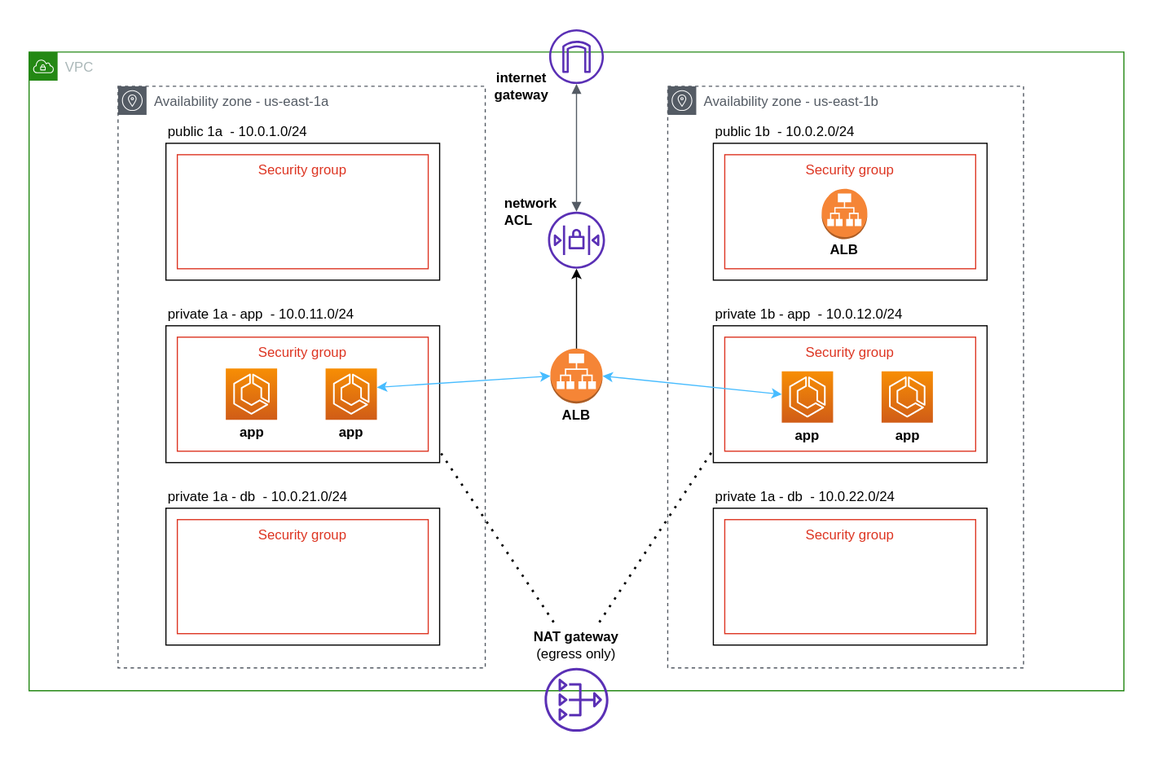
Earlier version of the draw.io export images/infrastructure/ecs-nextjs.svg (Jareechang/ecs-nextjs). Source tidied: cells renumbered, new cells last; positions are measured from the earlier drawing's top-left corner, leaving out a move shared by most shapes. Its diagram source:
```xml
<mxGraphModel background="#FFFFFF">
  <root>
    <mxCell id="0" />
    <mxCell id="1" parent="0" />
    <mxCell id="2" value="VPC" style="gradientColor=none;html=1;whiteSpace=wrap;fontSize=12;fontStyle=0;shape=mxgraph.aws4.group;grIcon=mxgraph.aws4.group_vpc;strokeColor=#248814;fillColor=none;verticalAlign=top;align=left;spacingLeft=30;fontColor=#AAB7B8;dashed=0;" parent="1" vertex="1">
      <mxGeometry y="20" width="960" height="560" as="geometry" />
    </mxCell>
    <mxCell id="3" value="Availability zone - us-east-1b" style="gradientColor=none;html=1;whiteSpace=wrap;fontSize=12;fontStyle=0;shape=mxgraph.aws4.group;grIcon=mxgraph.aws4.group_availability_zone;strokeColor=#545B64;fillColor=none;verticalAlign=top;align=left;spacingLeft=30;fontColor=#545B64;dashed=1;" parent="1" vertex="1">
      <mxGeometry x="560" y="50" width="312" height="510" as="geometry" />
    </mxCell>
    <mxCell id="4" value="Availability zone - us-east-1a" style="gradientColor=none;html=1;whiteSpace=wrap;fontSize=12;fontStyle=0;shape=mxgraph.aws4.group;grIcon=mxgraph.aws4.group_availability_zone;strokeColor=#545B64;fillColor=none;verticalAlign=top;align=left;spacingLeft=30;fontColor=#545B64;dashed=1;" parent="1" vertex="1">
      <mxGeometry x="78" y="50" width="322" height="510" as="geometry" />
    </mxCell>
    <mxCell id="5" style="rounded=0;whiteSpace=wrap;html=1;fillColor=none;" parent="1" vertex="1">
      <mxGeometry x="120" y="100" width="240" height="120" as="geometry" />
    </mxCell>
    <mxCell id="6" value="Security group" style="fillColor=none;strokeColor=#DD3522;verticalAlign=top;fontStyle=0;fontColor=#DD3522;" parent="1" vertex="1">
      <mxGeometry x="130" y="110" width="220" height="100" as="geometry" />
    </mxCell>
    <mxCell id="7" style="rounded=0;whiteSpace=wrap;html=1;fillColor=none;" parent="1" vertex="1">
      <mxGeometry x="120" y="260" width="240" height="120" as="geometry" />
    </mxCell>
    <mxCell id="8" style="rounded=0;whiteSpace=wrap;html=1;fillColor=none;" parent="1" vertex="1">
      <mxGeometry x="120" y="420" width="240" height="120" as="geometry" />
    </mxCell>
    <mxCell id="9" value="public 1a&amp;nbsp; - 10.0.1.0/24" style="text;html=1;strokeColor=none;fillColor=none;align=left;verticalAlign=middle;whiteSpace=wrap;rounded=0;" parent="1" vertex="1">
      <mxGeometry x="120" y="80" width="150" height="20" as="geometry" />
    </mxCell>
    <mxCell id="10" value="private 1a - app&amp;nbsp; - 10.0.11.0/24" style="text;html=1;strokeColor=none;fillColor=none;align=left;verticalAlign=middle;whiteSpace=wrap;rounded=0;" parent="1" vertex="1">
      <mxGeometry x="120" y="240" width="170" height="20" as="geometry" />
    </mxCell>
    <mxCell id="11" value="private 1a - db&amp;nbsp; - 10.0.21.0/24" style="text;html=1;strokeColor=none;fillColor=none;align=left;verticalAlign=middle;whiteSpace=wrap;rounded=0;" parent="1" vertex="1">
      <mxGeometry x="120" y="400" width="190" height="20" as="geometry" />
    </mxCell>
    <mxCell id="12" style="outlineConnect=0;fontColor=#232F3E;gradientColor=none;fillColor=#5A30B5;strokeColor=none;dashed=0;verticalLabelPosition=bottom;verticalAlign=top;align=center;html=1;fontSize=12;fontStyle=0;shape=mxgraph.aws4.network_access_control_list;" parent="1" vertex="1">
      <mxGeometry x="455" y="160" width="50" height="50" as="geometry" />
    </mxCell>
    <mxCell id="13" style="outlineConnect=0;fontColor=#232F3E;gradientColor=none;fillColor=#5A30B5;strokeColor=none;dashed=0;verticalLabelPosition=bottom;verticalAlign=top;align=center;html=1;fontSize=12;fontStyle=0;shape=mxgraph.aws4.internet_gateway;" parent="1" vertex="1">
      <mxGeometry x="456" width="48" height="48" as="geometry" />
    </mxCell>
    <mxCell id="14" value="Security group" style="fillColor=none;strokeColor=#DD3522;verticalAlign=top;fontStyle=0;fontColor=#DD3522;" parent="1" vertex="1">
      <mxGeometry x="130" y="270" width="220" height="100" as="geometry" />
    </mxCell>
    <mxCell id="15" value="Security group" style="fillColor=none;strokeColor=#DD3522;verticalAlign=top;fontStyle=0;fontColor=#DD3522;" parent="1" vertex="1">
      <mxGeometry x="130" y="430" width="220" height="100" as="geometry" />
    </mxCell>
    <mxCell id="16" style="rounded=0;whiteSpace=wrap;html=1;fillColor=none;" parent="1" vertex="1">
      <mxGeometry x="600" y="100" width="240" height="120" as="geometry" />
    </mxCell>
    <mxCell id="17" value="public 1b&amp;nbsp; - 10.0.2.0/24" style="text;html=1;strokeColor=none;fillColor=none;align=left;verticalAlign=middle;whiteSpace=wrap;rounded=0;" parent="1" vertex="1">
      <mxGeometry x="600" y="80" width="150" height="20" as="geometry" />
    </mxCell>
    <mxCell id="18" value="Security group" style="fillColor=none;strokeColor=#DD3522;verticalAlign=top;fontStyle=0;fontColor=#DD3522;" parent="1" vertex="1">
      <mxGeometry x="610" y="110" width="220" height="100" as="geometry" />
    </mxCell>
    <mxCell id="19" style="rounded=0;whiteSpace=wrap;html=1;fillColor=none;" parent="1" vertex="1">
      <mxGeometry x="600" y="260" width="240" height="120" as="geometry" />
    </mxCell>
    <mxCell id="20" value="private 1b - app&amp;nbsp; - 10.0.12.0/24" style="text;html=1;strokeColor=none;fillColor=none;align=left;verticalAlign=middle;whiteSpace=wrap;rounded=0;" parent="1" vertex="1">
      <mxGeometry x="600" y="240" width="180" height="20" as="geometry" />
    </mxCell>
    <mxCell id="21" value="Security group" style="fillColor=none;strokeColor=#DD3522;verticalAlign=top;fontStyle=0;fontColor=#DD3522;" parent="1" vertex="1">
      <mxGeometry x="610" y="270" width="220" height="100" as="geometry" />
    </mxCell>
    <mxCell id="22" style="rounded=0;whiteSpace=wrap;html=1;fillColor=none;" parent="1" vertex="1">
      <mxGeometry x="600" y="420" width="240" height="120" as="geometry" />
    </mxCell>
    <mxCell id="23" value="private 1a - db&amp;nbsp; - 10.0.22.0/24" style="text;html=1;strokeColor=none;fillColor=none;align=left;verticalAlign=middle;whiteSpace=wrap;rounded=0;" parent="1" vertex="1">
      <mxGeometry x="600" y="400" width="190" height="20" as="geometry" />
    </mxCell>
    <mxCell id="24" value="Security group" style="fillColor=none;strokeColor=#DD3522;verticalAlign=top;fontStyle=0;fontColor=#DD3522;" parent="1" vertex="1">
      <mxGeometry x="610" y="430" width="220" height="100" as="geometry" />
    </mxCell>
    <mxCell id="25" style="edgeStyle=orthogonalEdgeStyle;html=1;endArrow=block;elbow=vertical;startArrow=block;startFill=1;endFill=1;strokeColor=#545B64;rounded=0;" parent="1" edge="1" source="13" target="12">
      <mxGeometry relative="1" as="geometry" />
    </mxCell>
    <mxCell id="26" value="&lt;b&gt;internet gateway&lt;/b&gt;" style="text;html=1;strokeColor=none;fillColor=none;align=center;verticalAlign=middle;whiteSpace=wrap;rounded=0;" parent="1" vertex="1">
      <mxGeometry x="412" y="40" width="40" height="20" as="geometry" />
    </mxCell>
    <mxCell id="27" value="&lt;b&gt;network ACL&lt;/b&gt;" style="text;html=1;strokeColor=none;fillColor=none;align=left;verticalAlign=middle;whiteSpace=wrap;rounded=0;" parent="1" vertex="1">
      <mxGeometry x="415" y="150" width="40" height="20" as="geometry" />
    </mxCell>
    <mxCell id="28" style="group;" parent="1" vertex="1">
      <mxGeometry x="172.5" y="297.5" width="45" height="66.5" as="geometry" />
    </mxCell>
    <mxCell id="29" value="&lt;b&gt;app&lt;/b&gt;" style="text;html=1;strokeColor=none;fillColor=none;align=left;verticalAlign=middle;whiteSpace=wrap;rounded=0;" parent="28" vertex="1">
      <mxGeometry x="10" y="46.5" width="30" height="20" as="geometry" />
    </mxCell>
    <mxCell id="30" style="fontColor=#232F3E;gradientColor=#F78E04;gradientDirection=north;fillColor=#D05C17;strokeColor=#ffffff;dashed=0;verticalLabelPosition=bottom;verticalAlign=top;align=center;html=1;fontSize=12;fontStyle=0;shape=mxgraph.aws4.resourceIcon;resIcon=mxgraph.aws4.ecs;" parent="28" vertex="1">
      <mxGeometry width="45" height="45" as="geometry" />
    </mxCell>
    <mxCell id="31" style="group;" parent="1" vertex="1">
      <mxGeometry x="260" y="297.5" width="45" height="66.5" as="geometry" />
    </mxCell>
    <mxCell id="32" value="&lt;b&gt;app&lt;/b&gt;" style="text;html=1;strokeColor=none;fillColor=none;align=left;verticalAlign=middle;whiteSpace=wrap;rounded=0;" parent="31" vertex="1">
      <mxGeometry x="10" y="46.5" width="30" height="20" as="geometry" />
    </mxCell>
    <mxCell id="33" style="fontColor=#232F3E;gradientColor=#F78E04;gradientDirection=north;fillColor=#D05C17;strokeColor=#ffffff;dashed=0;verticalLabelPosition=bottom;verticalAlign=top;align=center;html=1;fontSize=12;fontStyle=0;shape=mxgraph.aws4.resourceIcon;resIcon=mxgraph.aws4.ecs;" parent="31" vertex="1">
      <mxGeometry width="45" height="45" as="geometry" />
    </mxCell>
    <mxCell id="34" style="group;fontStyle=1;" parent="1" vertex="1">
      <mxGeometry x="660" y="300" width="45" height="66.5" as="geometry" />
    </mxCell>
    <mxCell id="35" value="&lt;b&gt;app&lt;/b&gt;" style="text;html=1;strokeColor=none;fillColor=none;align=left;verticalAlign=middle;whiteSpace=wrap;rounded=0;" parent="34" vertex="1">
      <mxGeometry x="10" y="46.5" width="30" height="20" as="geometry" />
    </mxCell>
    <mxCell id="36" style="points=[[0,0,0],[0.25,0,0],[0.5,0,0],[0.75,0,0],[1,0,0],[0,1,0],[0.25,1,0],[0.5,1,0],[0.75,1,0],[1,1,0],[0,0.25,0],[0,0.5,0],[0,0.75,0],[1,0.25,0],[1,0.5,0],[1,0.75,0]];outlineConnect=0;fontColor=#232F3E;gradientColor=#F78E04;gradientDirection=north;fillColor=#D05C17;strokeColor=#ffffff;dashed=0;verticalLabelPosition=bottom;verticalAlign=top;align=center;html=1;fontSize=12;fontStyle=0;shape=mxgraph.aws4.resourceIcon;resIcon=mxgraph.aws4.ecs;" parent="34" vertex="1">
      <mxGeometry width="45" height="45" as="geometry" />
    </mxCell>
    <mxCell id="37" style="group;fontStyle=0;" parent="1" vertex="1">
      <mxGeometry x="747.5" y="300" width="45" height="66.5" as="geometry" />
    </mxCell>
    <mxCell id="38" value="&lt;b&gt;app&lt;/b&gt;" style="text;html=1;strokeColor=none;fillColor=none;align=left;verticalAlign=middle;whiteSpace=wrap;rounded=0;" parent="37" vertex="1">
      <mxGeometry x="10" y="46.5" width="30" height="20" as="geometry" />
    </mxCell>
    <mxCell id="39" style="fontColor=#232F3E;gradientColor=#F78E04;gradientDirection=north;fillColor=#D05C17;strokeColor=#ffffff;dashed=0;verticalLabelPosition=bottom;verticalAlign=top;align=center;html=1;fontSize=12;fontStyle=0;shape=mxgraph.aws4.resourceIcon;resIcon=mxgraph.aws4.ecs;" parent="37" vertex="1">
      <mxGeometry width="45" height="45" as="geometry" />
    </mxCell>
    <mxCell id="40" style="group;" parent="1" vertex="1">
      <mxGeometry x="440" y="280" width="80" height="70" as="geometry" />
    </mxCell>
    <mxCell id="41" value="ALB" style="text;html=1;strokeColor=none;fillColor=none;align=center;verticalAlign=middle;whiteSpace=wrap;rounded=0;fontStyle=1;" parent="40" vertex="1">
      <mxGeometry y="48.1" width="80" height="21.9" as="geometry" />
    </mxCell>
    <mxCell id="42" style="outlineConnect=0;dashed=0;verticalLabelPosition=bottom;verticalAlign=top;align=center;html=1;shape=mxgraph.aws3.application_load_balancer;fillColor=#F58536;gradientColor=none;" parent="40" vertex="1">
      <mxGeometry x="17.1" width="45.7" height="48.1" as="geometry" />
    </mxCell>
    <mxCell id="43" style="outlineConnect=0;fontColor=#232F3E;gradientColor=none;fillColor=#5A30B5;strokeColor=none;dashed=0;verticalLabelPosition=bottom;verticalAlign=top;align=center;html=1;fontSize=12;fontStyle=0;shape=mxgraph.aws4.nat_gateway;" parent="1" vertex="1">
      <mxGeometry x="452" y="560" width="56" height="56" as="geometry" />
    </mxCell>
    <mxCell id="44" value="&lt;b&gt;NAT gateway &lt;/b&gt;(egress only)" style="text;html=1;strokeColor=none;fillColor=none;align=center;verticalAlign=middle;whiteSpace=wrap;rounded=0;" parent="1" vertex="1">
      <mxGeometry x="430" y="530" width="100" height="20" as="geometry" />
    </mxCell>
    <mxCell id="45" style="group;" parent="1" vertex="1">
      <mxGeometry x="680" y="140" width="70" height="64" as="geometry" />
    </mxCell>
    <mxCell id="46" value="&lt;b&gt;ALB&lt;/b&gt;" style="text;html=1;strokeColor=none;fillColor=none;align=center;verticalAlign=middle;whiteSpace=wrap;rounded=0;" parent="45" vertex="1">
      <mxGeometry y="44" width="70" height="20" as="geometry" />
    </mxCell>
    <mxCell id="47" style="dashed=0;verticalLabelPosition=bottom;verticalAlign=top;align=center;html=1;shape=mxgraph.aws3.application_load_balancer;fillColor=#F58536;gradientColor=none;" parent="45" vertex="1">
      <mxGeometry x="15" width="40" height="44" as="geometry" />
    </mxCell>
    <mxCell id="48" style="edgeStyle=orthogonalEdgeStyle;rounded=0;jettySize=auto;html=1;" parent="1" edge="1" source="42" target="12">
      <mxGeometry relative="1" as="geometry" />
    </mxCell>
    <mxCell id="49" style="endArrow=classic;startArrow=classic;html=1;exitX=1;exitY=0.5;exitDx=0;exitDy=0;exitPerimeter=0;strokeColor=#47BCFF;" parent="1" edge="1" source="42" target="36">
      <mxGeometry relative="1" as="geometry" />
    </mxCell>
    <mxCell id="50" style="endArrow=classic;startArrow=classic;html=1;exitX=1;exitY=0.5;exitDx=0;exitDy=0;exitPerimeter=0;entryX=0;entryY=0.5;entryDx=0;entryDy=0;entryPerimeter=0;strokeColor=#47BCFF;" parent="1" edge="1" target="42">
      <mxGeometry relative="1" as="geometry">
        <mxPoint x="305" y="314.1" as="sourcePoint" />
      </mxGeometry>
    </mxCell>
    <mxCell id="51" style="endArrow=none;dashed=1;html=1;dashPattern=1 3;strokeWidth=2;fontColor=#000000;entryX=-0.004;entryY=0.917;entryDx=0;entryDy=0;entryPerimeter=0;" parent="1" edge="1" target="19">
      <mxGeometry relative="1" as="geometry">
        <mxPoint x="500" y="520" as="sourcePoint" />
      </mxGeometry>
    </mxCell>
    <mxCell id="52" style="endArrow=none;dashed=1;html=1;dashPattern=1 3;strokeWidth=2;fontColor=#000000;" parent="1" edge="1">
      <mxGeometry relative="1" as="geometry">
        <mxPoint x="460" y="520" as="sourcePoint" />
        <mxPoint x="360" y="370" as="targetPoint" />
      </mxGeometry>
    </mxCell>
  </root>
</mxGraphModel>
```
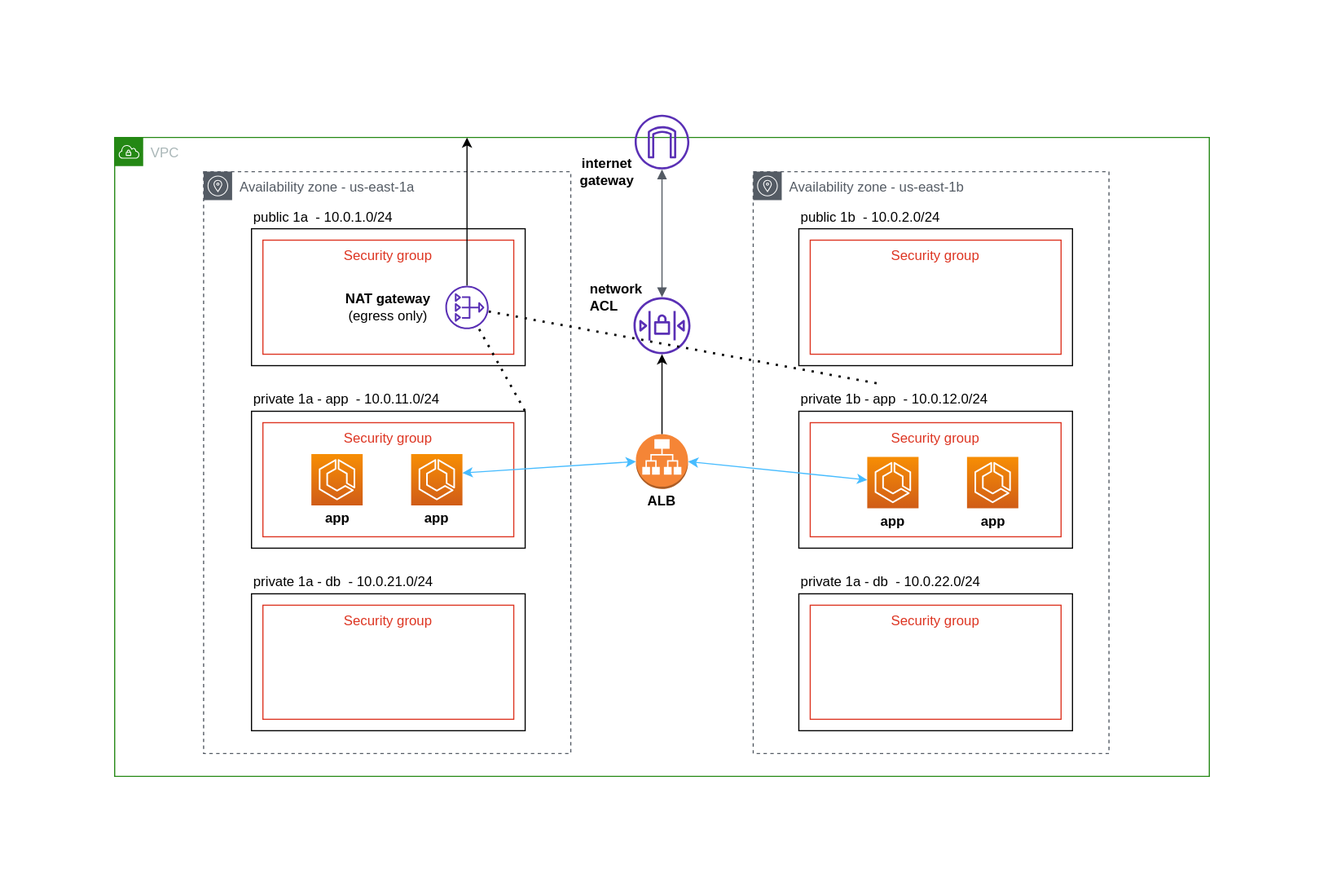
The same diagram one commit later.

Commit message:
Make edits to AWS infra diagram

What changed in the source:
```diff
@@ -125,21 +125,20 @@
     <mxCell id="42" style="outlineConnect=0;dashed=0;verticalLabelPosition=bottom;verticalAlign=top;align=center;html=1;shape=mxgraph.aws3.application_load_balancer;fillColor=#F58536;gradientColor=none;" parent="40" vertex="1">
       <mxGeometry x="17.1" width="45.7" height="48.1" as="geometry" />
     </mxCell>
+    <mxCell id="53" style="edgeStyle=orthogonalEdgeStyle;rounded=0;jettySize=auto;html=1;" parent="1" edge="1" source="43">
+      <mxGeometry relative="1" as="geometry">
+        <mxPoint x="309" y="20" as="targetPoint" />
+        <Array as="points">
+          <mxPoint x="309" y="20" />
+        </Array>
+      </mxGeometry>
+    </mxCell>
     <mxCell id="43" style="outlineConnect=0;fontColor=#232F3E;gradientColor=none;fillColor=#5A30B5;strokeColor=none;dashed=0;verticalLabelPosition=bottom;verticalAlign=top;align=center;html=1;fontSize=12;fontStyle=0;shape=mxgraph.aws4.nat_gateway;" parent="1" vertex="1">
-      <mxGeometry x="452" y="560" width="56" height="56" as="geometry" />
+      <mxGeometry x="290" y="150" width="38" height="38" as="geometry" />
     </mxCell>
     <mxCell id="44" value="&lt;b&gt;NAT gateway &lt;/b&gt;(egress only)" style="text;html=1;strokeColor=none;fillColor=none;align=center;verticalAlign=middle;whiteSpace=wrap;rounded=0;" parent="1" vertex="1">
-      <mxGeometry x="430" y="530" width="100" height="20" as="geometry" />
+      <mxGeometry x="190" y="159" width="100" height="20" as="geometry" />
     </mxCell>
-    <mxCell id="45" style="group;" parent="1" vertex="1">
-      <mxGeometry x="680" y="140" width="70" height="64" as="geometry" />
-    </mxCell>
-    <mxCell id="46" value="&lt;b&gt;ALB&lt;/b&gt;" style="text;html=1;strokeColor=none;fillColor=none;align=center;verticalAlign=middle;whiteSpace=wrap;rounded=0;" parent="45" vertex="1">
-      <mxGeometry y="44" width="70" height="20" as="geometry" />
-    </mxCell>
-    <mxCell id="47" style="dashed=0;verticalLabelPosition=bottom;verticalAlign=top;align=center;html=1;shape=mxgraph.aws3.application_load_balancer;fillColor=#F58536;gradientColor=none;" parent="45" vertex="1">
-      <mxGeometry x="15" width="40" height="44" as="geometry" />
-    </mxCell>
     <mxCell id="48" style="edgeStyle=orthogonalEdgeStyle;rounded=0;jettySize=auto;html=1;" parent="1" edge="1" source="42" target="12">
       <mxGeometry relative="1" as="geometry" />
     </mxCell>
@@ -151,16 +150,11 @@
         <mxPoint x="305" y="314.1" as="sourcePoint" />
       </mxGeometry>
     </mxCell>
-    <mxCell id="51" style="endArrow=none;dashed=1;html=1;dashPattern=1 3;strokeWidth=2;fontColor=#000000;entryX=-0.004;entryY=0.917;entryDx=0;entryDy=0;entryPerimeter=0;" parent="1" edge="1" target="19">
-      <mxGeometry relative="1" as="geometry">
-        <mxPoint x="500" y="520" as="sourcePoint" />
-      </mxGeometry>
+    <mxCell id="51" style="endArrow=none;dashed=1;html=1;dashPattern=1 3;strokeWidth=2;fontColor=#000000;entryX=0.394;entryY=-0.2;entryDx=0;entryDy=0;entryPerimeter=0;" parent="1" edge="1" source="43" target="20">
+      <mxGeometry relative="1" as="geometry" />
     </mxCell>
-    <mxCell id="52" style="endArrow=none;dashed=1;html=1;dashPattern=1 3;strokeWidth=2;fontColor=#000000;" parent="1" edge="1">
-      <mxGeometry relative="1" as="geometry">
-        <mxPoint x="460" y="520" as="sourcePoint" />
-        <mxPoint x="360" y="370" as="targetPoint" />
-      </mxGeometry>
+    <mxCell id="52" style="endArrow=none;dashed=1;html=1;dashPattern=1 3;strokeWidth=2;fontColor=#000000;entryX=1;entryY=0;entryDx=0;entryDy=0;" parent="1" edge="1" source="43" target="7">
+      <mxGeometry relative="1" as="geometry" />
     </mxCell>
   </root>
 </mxGraphModel>
```
